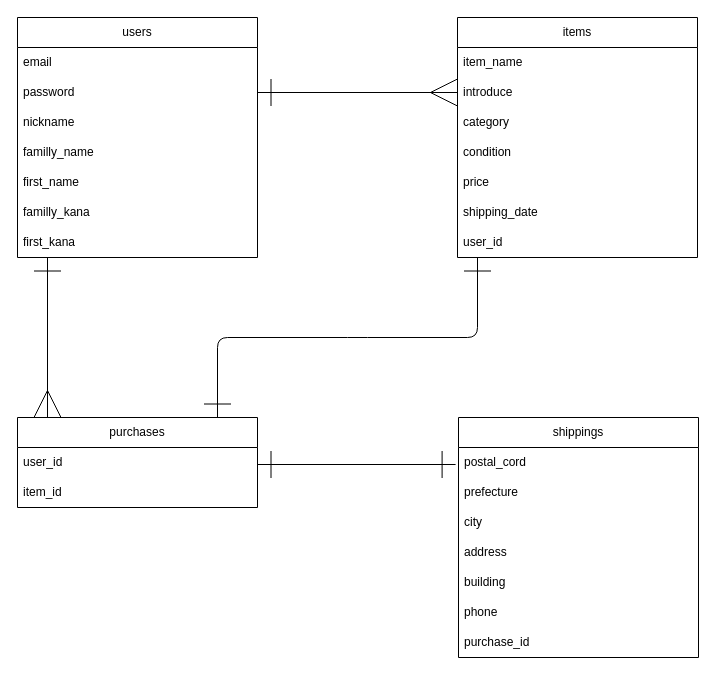
Above: ER.dio in hamakachu/furima-39222 (draw.io), before the change. Source tidied: cells renumbered, new cells numbered last; positions are measured from the earlier drawing's top-left corner, leaving out a move shared by most shapes. Both pictures are drawn from the tidied source at 100%, with x=0, y=0 at pixel (17, 17).
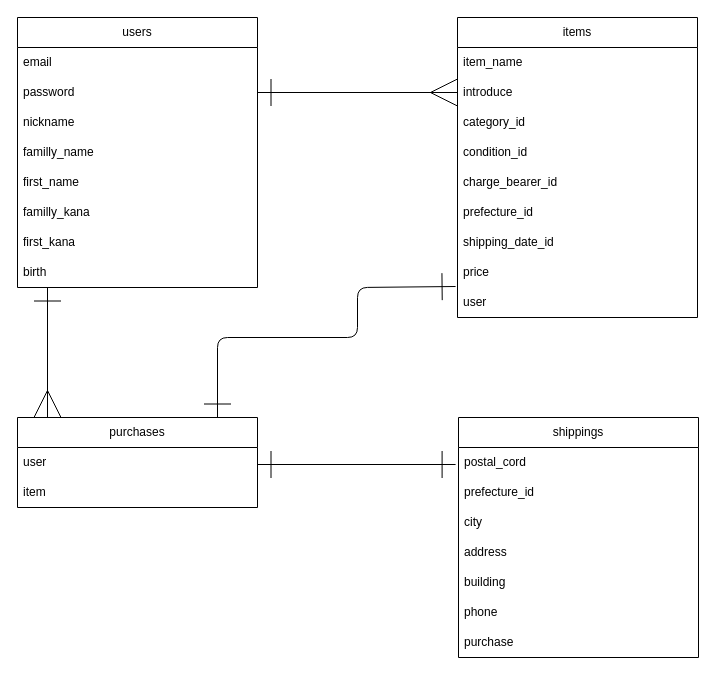
The same diagram, later.

The change refers to these unchanged cells:
```xml
<mxCell id="18" value="purchases" style="swimlane;fontStyle=0;horizontal=1;startSize=30;whiteSpace=wrap;html=1;" parent="1" vertex="1">
  <mxGeometry y="400" width="240" height="90" as="geometry" />
</mxCell>
<mxCell id="21" value="shippings" style="swimlane;fontStyle=0;horizontal=1;startSize=30;whiteSpace=wrap;html=1;" parent="1" vertex="1">
  <mxGeometry x="441" y="400" width="240" height="240" as="geometry" />
</mxCell>
```

Diff of the diagram source:
```diff
@@
     <mxCell id="2" value="users" style="swimlane;fontStyle=0;horizontal=1;startSize=30;whiteSpace=wrap;html=1;" parent="1" vertex="1">
-      <mxGeometry width="240" height="240" as="geometry" />
+      <mxGeometry width="240" height="270" as="geometry" />
     </mxCell>
@@
+    <mxCell id="33" value="birth" style="text;strokeColor=none;fillColor=none;align=left;verticalAlign=middle;spacingLeft=4;spacingRight=4;overflow=hidden;whiteSpace=wrap;html=1;" parent="2" vertex="1">
+      <mxGeometry y="240" width="240" height="30" as="geometry" />
+    </mxCell>
     <mxCell id="10" value="items" style="swimlane;fontStyle=0;horizontal=1;startSize=30;whiteSpace=wrap;html=1;" parent="1" vertex="1">
-      <mxGeometry x="440" width="240" height="240" as="geometry" />
+      <mxGeometry x="440" width="240" height="300" as="geometry" />
     </mxCell>
@@
-    <mxCell id="13" value="category" style="text;strokeColor=none;fillColor=none;align=left;verticalAlign=middle;spacingLeft=4;spacingRight=4;overflow=hidden;whiteSpace=wrap;html=1;" parent="10" vertex="1">
+    <mxCell id="13" value="category_id" style="text;strokeColor=none;fillColor=none;align=left;verticalAlign=middle;spacingLeft=4;spacingRight=4;overflow=hidden;whiteSpace=wrap;html=1;" parent="10" vertex="1">
       <mxGeometry y="90" width="240" height="30" as="geometry" />
     </mxCell>
-    <mxCell id="14" value="condition" style="text;strokeColor=none;fillColor=none;align=left;verticalAlign=middle;spacingLeft=4;spacingRight=4;overflow=hidden;whiteSpace=wrap;html=1;" parent="10" vertex="1">
+    <mxCell id="14" value="condition_id" style="text;strokeColor=none;fillColor=none;align=left;verticalAlign=middle;spacingLeft=4;spacingRight=4;overflow=hidden;whiteSpace=wrap;html=1;" parent="10" vertex="1">
       <mxGeometry y="120" width="240" height="30" as="geometry" />
     </mxCell>
-    <mxCell id="15" value="price" style="text;strokeColor=none;fillColor=none;align=left;verticalAlign=middle;spacingLeft=4;spacingRight=4;overflow=hidden;whiteSpace=wrap;html=1;" parent="10" vertex="1">
+    <mxCell id="15" value="charge_bearer_id" style="text;strokeColor=none;fillColor=none;align=left;verticalAlign=middle;spacingLeft=4;spacingRight=4;overflow=hidden;whiteSpace=wrap;html=1;" parent="10" vertex="1">
       <mxGeometry y="150" width="240" height="30" as="geometry" />
     </mxCell>
-    <mxCell id="16" value="shipping_date" style="text;strokeColor=none;fillColor=none;align=left;verticalAlign=middle;spacingLeft=4;spacingRight=4;overflow=hidden;whiteSpace=wrap;html=1;" parent="10" vertex="1">
+    <mxCell id="16" value="prefecture_id" style="text;strokeColor=none;fillColor=none;align=left;verticalAlign=middle;spacingLeft=4;spacingRight=4;overflow=hidden;whiteSpace=wrap;html=1;" parent="10" vertex="1">
       <mxGeometry y="180" width="240" height="30" as="geometry" />
     </mxCell>
-    <mxCell id="17" value="user_id" style="text;strokeColor=none;fillColor=none;align=left;verticalAlign=middle;spacingLeft=4;spacingRight=4;overflow=hidden;whiteSpace=wrap;html=1;" parent="10" vertex="1">
+    <mxCell id="17" value="shipping_date_id" style="text;strokeColor=none;fillColor=none;align=left;verticalAlign=middle;spacingLeft=4;spacingRight=4;overflow=hidden;whiteSpace=wrap;html=1;" parent="10" vertex="1">
       <mxGeometry y="210" width="240" height="30" as="geometry" />
     </mxCell>
+    <mxCell id="34" value="price" style="text;strokeColor=none;fillColor=none;align=left;verticalAlign=middle;spacingLeft=4;spacingRight=4;overflow=hidden;points=[[0,0.5],[1,0.5]];portConstraint=eastwest;whiteSpace=wrap;html=1;" parent="10" vertex="1">
+      <mxGeometry y="240" width="240" height="30" as="geometry" />
+    </mxCell>
+    <mxCell id="35" value="user" style="text;strokeColor=none;fillColor=none;align=left;verticalAlign=middle;spacingLeft=4;spacingRight=4;overflow=hidden;whiteSpace=wrap;html=1;" parent="10" vertex="1">
+      <mxGeometry y="270" width="240" height="30" as="geometry" />
+    </mxCell>
@@
-    <mxCell id="19" value="user_id" style="text;strokeColor=none;fillColor=none;align=left;verticalAlign=middle;spacingLeft=4;spacingRight=4;overflow=hidden;whiteSpace=wrap;html=1;" parent="18" vertex="1">
+    <mxCell id="19" value="user" style="text;strokeColor=none;fillColor=none;align=left;verticalAlign=middle;spacingLeft=4;spacingRight=4;overflow=hidden;whiteSpace=wrap;html=1;" parent="18" vertex="1">
       <mxGeometry y="30" width="240" height="30" as="geometry" />
     </mxCell>
-    <mxCell id="20" value="item_id" style="text;strokeColor=none;fillColor=none;align=left;verticalAlign=middle;spacingLeft=4;spacingRight=4;overflow=hidden;whiteSpace=wrap;html=1;" parent="18" vertex="1">
+    <mxCell id="20" value="item" style="text;strokeColor=none;fillColor=none;align=left;verticalAlign=middle;spacingLeft=4;spacingRight=4;overflow=hidden;whiteSpace=wrap;html=1;" parent="18" vertex="1">
       <mxGeometry y="60" width="240" height="30" as="geometry" />
     </mxCell>
@@
-    <mxCell id="23" value="prefecture" style="text;strokeColor=none;fillColor=none;align=left;verticalAlign=middle;spacingLeft=4;spacingRight=4;overflow=hidden;whiteSpace=wrap;html=1;" parent="21" vertex="1">
+    <mxCell id="23" value="prefecture_id" style="text;strokeColor=none;fillColor=none;align=left;verticalAlign=middle;spacingLeft=4;spacingRight=4;overflow=hidden;whiteSpace=wrap;html=1;" parent="21" vertex="1">
       <mxGeometry y="60" width="240" height="30" as="geometry" />
     </mxCell>
@@
-    <mxCell id="28" value="purchase_id" style="text;strokeColor=none;fillColor=none;align=left;verticalAlign=middle;spacingLeft=4;spacingRight=4;overflow=hidden;whiteSpace=wrap;html=1;" parent="21" vertex="1">
+    <mxCell id="28" value="purchase" style="text;strokeColor=none;fillColor=none;align=left;verticalAlign=middle;spacingLeft=4;spacingRight=4;overflow=hidden;whiteSpace=wrap;html=1;" parent="21" vertex="1">
       <mxGeometry y="210" width="240" height="30" as="geometry" />
     </mxCell>
@@
-    <mxCell id="30" style="edgeStyle=none;html=1;startArrow=ERone;startFill=0;endArrow=ERmany;endFill=0;endSize=25;startSize=25;exitX=0.704;exitY=1.02;exitDx=0;exitDy=0;exitPerimeter=0;entryX=0.125;entryY=0;entryDx=0;entryDy=0;entryPerimeter=0;" parent="1" edge="1" target="18">
+    <mxCell id="30" style="edgeStyle=none;html=1;startArrow=ERone;startFill=0;endArrow=ERmany;endFill=0;endSize=25;startSize=25;entryX=0.125;entryY=0;entryDx=0;entryDy=0;entryPerimeter=0;" parent="1" edge="1" target="18">
       <mxGeometry relative="1" as="geometry">
-        <mxPoint x="30" y="240" as="sourcePoint" />
+        <mxPoint x="30" y="270" as="sourcePoint" />
       </mxGeometry>
     </mxCell>
-    <mxCell id="31" style="edgeStyle=none;html=1;startArrow=ERone;startFill=0;endArrow=ERone;endFill=0;endSize=25;startSize=25;" parent="1" edge="1">
+    <mxCell id="31" style="edgeStyle=none;html=1;startArrow=ERone;startFill=0;endArrow=ERone;endFill=0;endSize=25;startSize=25;exitX=-0.008;exitY=0.967;exitDx=0;exitDy=0;exitPerimeter=0;" parent="1" edge="1" source="34">
       <mxGeometry relative="1" as="geometry">
-        <mxPoint x="460" y="240" as="sourcePoint" />
         <mxPoint x="200" y="400" as="targetPoint" />
         <Array as="points">
-          <mxPoint x="460" y="320" />
+          <mxPoint x="340" y="270" />
           <mxPoint x="340" y="320" />
           <mxPoint x="200" y="320" />
         </Array>
       </mxGeometry>
     </mxCell>
```
